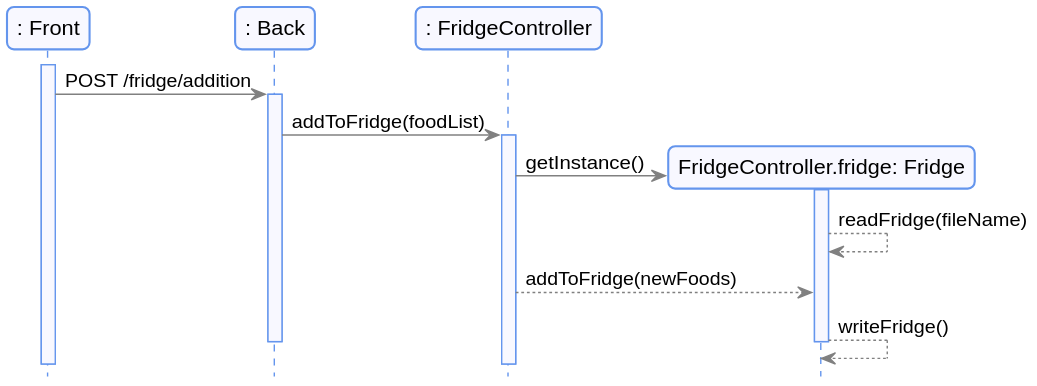
Earlier version of the PlantUML export docs/diagram/out/addToFridge.svg (romainvacheret/wadge-backend).
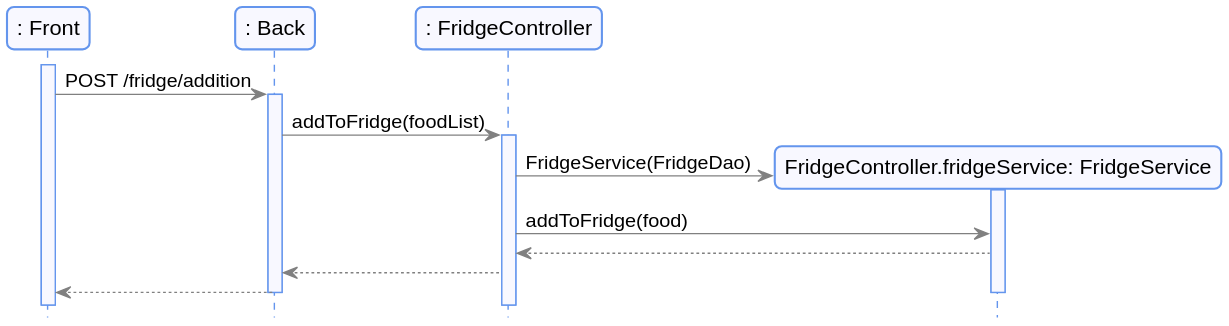
After the commit.

Change to the diagram source:
```diff
@@ -10,12 +10,13 @@
     activate bk
     bk -> fc: addToFridge(foodList)
     activate fc
-    create "FridgeController.fridge: Fridge" as f
-    fc -> f: getInstance()
+    create "FridgeController.fridgeService: FridgeService" as f
+    fc -> f: FridgeService(FridgeDao)
     activate f
-    f --> f: readFridge(fileName)
-    fc --> f: addToFridge(newFoods)
-    f --> f: writeFridge()
+    fc -> f: addToFridge(food)
+    f --> fc
+    fc --> bk
+    bk --> ft
     deactivate f
     deactivate bk
 
```
